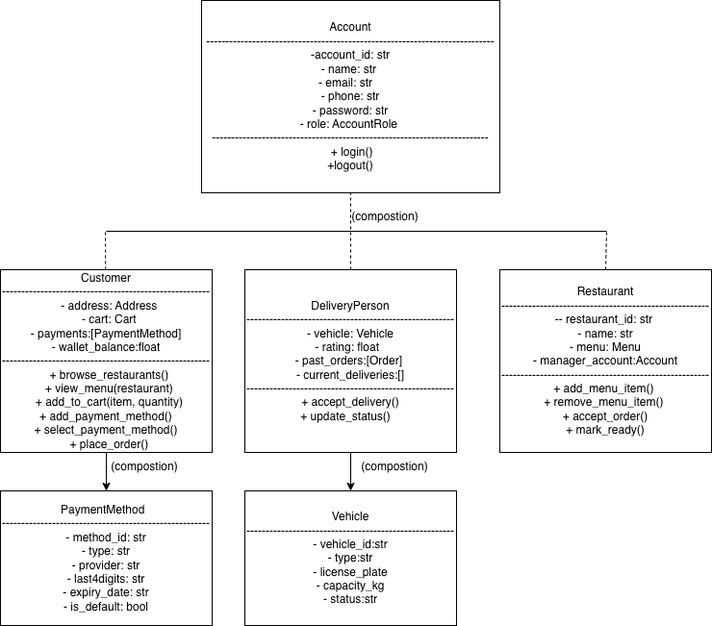
This is food未完成.drawio.png from universe411/Everyday-Update, a draw.io export, as it was before one commit. Source tidied: cells renumbered, new cells last; positions are measured from the earlier drawing's top-left corner, leaving out a move shared by most shapes.
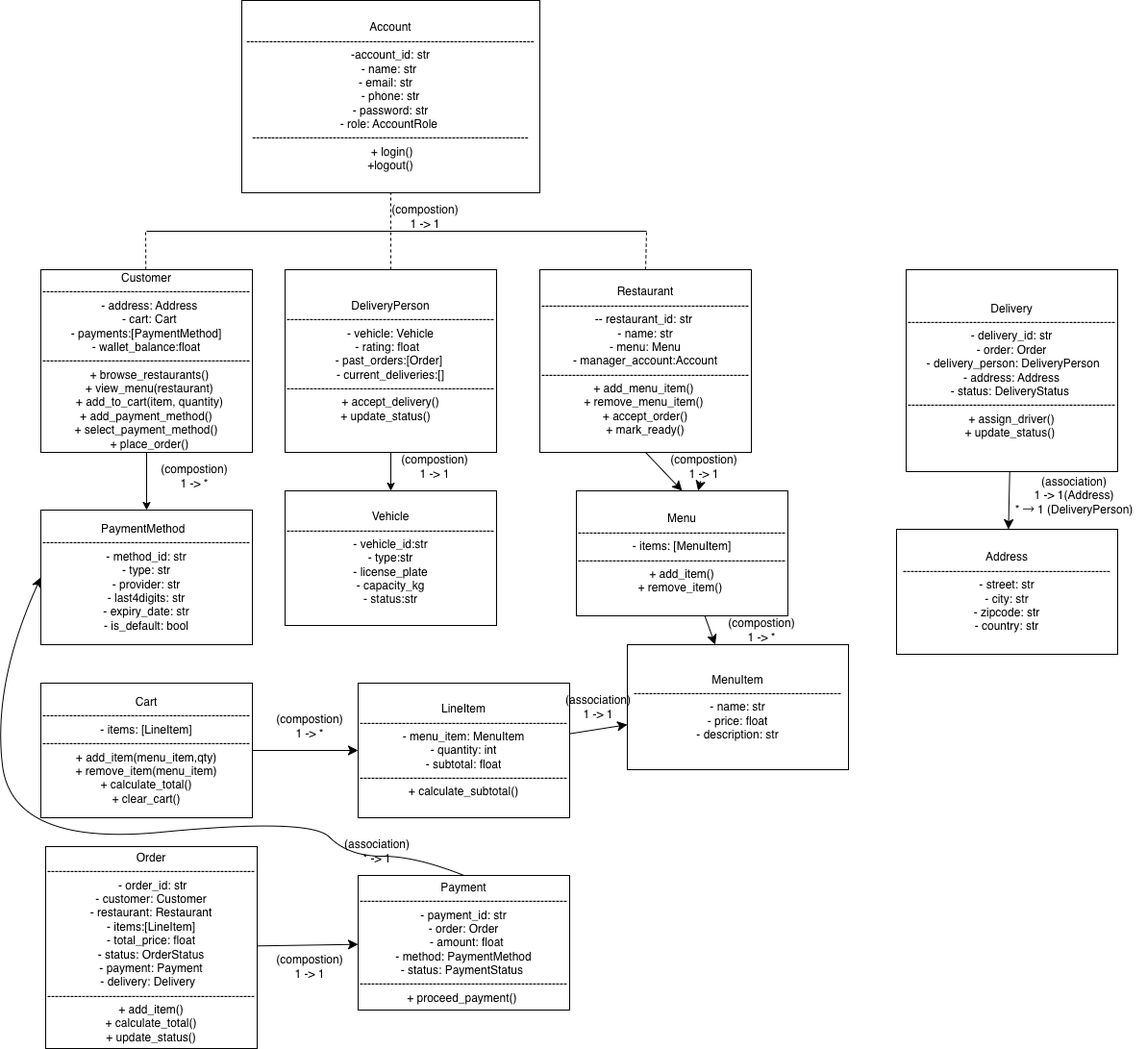
After the change.

Diff of the diagram source:
```diff
@@ -17,6 +17,9 @@
     <mxCell id="6" value="&lt;div&gt;DeliveryPerson&lt;/div&gt;&lt;div&gt;------------------------------------------------------- vehicle: Vehicle&lt;/div&gt;&lt;div&gt;- rating: float&amp;nbsp;&amp;nbsp;&lt;/div&gt;&lt;div&gt;- past_orders:[Order]&amp;nbsp;&lt;/div&gt;&lt;div&gt;- current_deliveries:[]&lt;br&gt;&lt;div&gt;&lt;span style=&quot;background-color: transparent; color: light-dark(rgb(0, 0, 0), rgb(255, 255, 255));&quot;&gt;------------------------------------------------------&lt;/span&gt;&lt;span style=&quot;background-color: transparent;&quot;&gt;+ accept_delivery()&lt;/span&gt;&lt;/div&gt;&lt;/div&gt;&lt;div&gt;&lt;span style=&quot;background-color: transparent;&quot;&gt;+ update_status()&amp;nbsp; &amp;nbsp;&lt;/span&gt;&lt;/div&gt;" style="rounded=0;whiteSpace=wrap;html=1;" parent="1" vertex="1">
       <mxGeometry x="254" y="280" width="220" height="190" as="geometry" />
     </mxCell>
+    <mxCell id="17" style="edgeStyle=none;curved=1;rounded=0;jettySize=auto;html=1;exitX=0.5;exitY=1;exitDx=0;exitDy=0;entryX=0.5;entryY=0;entryDx=0;entryDy=0;fontSize=12;startSize=8;endSize=8;" parent="1" edge="1" source="7" target="29">
+      <mxGeometry relative="1" as="geometry" />
+    </mxCell>
     <mxCell id="7" value="Restaurant&lt;br&gt;&lt;div&gt;------------------------------------------------------&lt;span style=&quot;background-color: transparent; color: light-dark(rgb(0, 0, 0), rgb(255, 255, 255));&quot;&gt;-&lt;/span&gt;- restaurant_id: str&amp;nbsp;&lt;/div&gt;&lt;div&gt;- name: str&lt;/div&gt;&lt;div&gt;- menu: Menu&lt;/div&gt;&lt;div&gt;- manager_account:Account&lt;br&gt;&lt;div&gt;&lt;span style=&quot;background-color: transparent; color: light-dark(rgb(0, 0, 0), rgb(255, 255, 255));&quot;&gt;------------------------------------------------------&lt;/span&gt;&lt;span style=&quot;background-color: transparent;&quot;&gt;+ add_menu_item()&amp;nbsp;&lt;/span&gt;&lt;/div&gt;&lt;/div&gt;&lt;div&gt;&lt;span style=&quot;background-color: transparent;&quot;&gt;+ remove_menu_item()&amp;nbsp;&lt;/span&gt;&lt;/div&gt;&lt;div&gt;&lt;span style=&quot;background-color: transparent;&quot;&gt;+ accept_order()&lt;/span&gt;&lt;/div&gt;&lt;div&gt;&lt;span style=&quot;background-color: transparent;&quot;&gt;+ mark_ready()&lt;/span&gt;&lt;/div&gt;" style="rounded=0;whiteSpace=wrap;html=1;" parent="1" vertex="1">
       <mxGeometry x="519" y="280" width="220" height="190" as="geometry" />
     </mxCell>
@@ -40,20 +43,94 @@
         <mxPoint x="630" y="240" as="targetPoint" />
       </mxGeometry>
     </mxCell>
-    <mxCell id="12" value="(compostion)" style="text;html=1;whiteSpace=wrap;strokeColor=none;fillColor=none;align=center;verticalAlign=middle;rounded=0;" parent="1" vertex="1">
+    <mxCell id="12" value="(compostion)&lt;div&gt;1 -&amp;gt; 1&lt;/div&gt;" style="text;html=1;whiteSpace=wrap;strokeColor=none;fillColor=none;align=center;verticalAlign=middle;rounded=0;" parent="1" vertex="1">
       <mxGeometry x="370" y="210" width="60" height="30" as="geometry" />
     </mxCell>
     <mxCell id="13" value="&lt;div&gt;PaymentMethod&amp;nbsp;&amp;nbsp;&lt;/div&gt;&lt;div&gt;------------------------------------------------------&lt;span style=&quot;background-color: transparent;&quot;&gt;- method_id: str&lt;/span&gt;&lt;/div&gt;&lt;div&gt;&lt;span style=&quot;background-color: transparent;&quot;&gt;&lt;div&gt;- type: str&lt;/div&gt;&lt;div&gt;- provider: str&lt;/div&gt;&lt;div&gt;- last4digits: str&lt;/div&gt;&lt;div&gt;&lt;span style=&quot;background-color: transparent; color: light-dark(rgb(0, 0, 0), rgb(255, 255, 255));&quot;&gt;- expiry_date: str&lt;/span&gt;&lt;/div&gt;&lt;div&gt;&lt;span style=&quot;background-color: transparent; color: light-dark(rgb(0, 0, 0), rgb(255, 255, 255));&quot;&gt;- is_default: bool&lt;/span&gt;&lt;/div&gt;&lt;/span&gt;&lt;/div&gt;" style="rounded=0;whiteSpace=wrap;html=1;" parent="1" vertex="1">
-      <mxGeometry y="510" width="220" height="140" as="geometry" />
+      <mxGeometry y="530" width="220" height="140" as="geometry" />
     </mxCell>
-    <mxCell id="14" value="(compostion)" style="text;html=1;whiteSpace=wrap;strokeColor=none;fillColor=none;align=center;verticalAlign=middle;rounded=0;" parent="1" vertex="1">
-      <mxGeometry x="120" y="470" width="60" height="30" as="geometry" />
+    <mxCell id="14" value="(compostion)&lt;div&gt;1 -&amp;gt; *&lt;/div&gt;" style="text;html=1;whiteSpace=wrap;strokeColor=none;fillColor=none;align=center;verticalAlign=middle;rounded=0;" parent="1" vertex="1">
+      <mxGeometry x="130" y="480" width="60" height="30" as="geometry" />
     </mxCell>
     <mxCell id="15" value="&lt;div&gt;Vehicle&lt;/div&gt;&lt;div&gt;------------------------------------------------------&lt;span style=&quot;background-color: transparent;&quot;&gt;- vehicle_id:str&lt;/span&gt;&lt;/div&gt;&lt;div&gt;- type:str&lt;/div&gt;&lt;div&gt;&lt;span style=&quot;background-color: transparent; color: light-dark(rgb(0, 0, 0), rgb(255, 255, 255));&quot;&gt;- license_plate&lt;/span&gt;&lt;/div&gt;&lt;div&gt;&lt;span style=&quot;background-color: transparent; color: light-dark(rgb(0, 0, 0), rgb(255, 255, 255));&quot;&gt;- capacity_kg&lt;/span&gt;&lt;/div&gt;&lt;div&gt;&lt;div&gt;&lt;span style=&quot;background-color: transparent;&quot;&gt;- status:str&lt;/span&gt;&lt;/div&gt;&lt;/div&gt;" style="rounded=0;whiteSpace=wrap;html=1;" parent="1" vertex="1">
       <mxGeometry x="254" y="510" width="220" height="140" as="geometry" />
     </mxCell>
-    <mxCell id="16" value="(compostion)" style="text;html=1;whiteSpace=wrap;strokeColor=none;fillColor=none;align=center;verticalAlign=middle;rounded=0;" parent="1" vertex="1">
+    <mxCell id="16" value="(compostion)&lt;div&gt;1 -&amp;gt; 1&lt;/div&gt;" style="text;html=1;whiteSpace=wrap;strokeColor=none;fillColor=none;align=center;verticalAlign=middle;rounded=0;" parent="1" vertex="1">
       <mxGeometry x="380" y="470" width="60" height="30" as="geometry" />
     </mxCell>
+    <mxCell id="18" style="edgeStyle=none;curved=1;rounded=0;jettySize=auto;html=1;fontSize=12;startSize=8;endSize=8;" parent="1" edge="1" source="19" target="21">
+      <mxGeometry relative="1" as="geometry" />
+    </mxCell>
+    <mxCell id="19" value="&lt;div&gt;Cart&lt;/div&gt;&lt;div&gt;------------------------------------------------------&lt;span style=&quot;background-color: transparent;&quot;&gt;- items: [LineItem]&lt;/span&gt;&lt;/div&gt;&lt;div&gt;&lt;span style=&quot;background-color: transparent;&quot;&gt;------------------------------------------------------&lt;/span&gt;&lt;span style=&quot;background-color: transparent; color: light-dark(rgb(0, 0, 0), rgb(255, 255, 255));&quot;&gt;+ add_item(menu_item,qty)&lt;/span&gt;&lt;/div&gt;&lt;div&gt;&lt;span style=&quot;background-color: transparent;&quot;&gt;&lt;div&gt;+ remove_item(menu_item)&lt;/div&gt;&lt;div&gt;&lt;span style=&quot;background-color: transparent; color: light-dark(rgb(0, 0, 0), rgb(255, 255, 255));&quot;&gt;+ calculate_total()&lt;/span&gt;&lt;/div&gt;&lt;div&gt;&lt;span style=&quot;background-color: transparent; color: light-dark(rgb(0, 0, 0), rgb(255, 255, 255));&quot;&gt;+ clear_cart()&lt;/span&gt;&lt;/div&gt;&lt;/span&gt;&lt;/div&gt;" style="rounded=0;whiteSpace=wrap;html=1;" parent="1" vertex="1">
+      <mxGeometry y="710" width="220" height="140" as="geometry" />
+    </mxCell>
+    <mxCell id="20" style="edgeStyle=none;curved=1;rounded=0;jettySize=auto;html=1;fontSize=12;startSize=8;endSize=8;" parent="1" edge="1" source="21" target="30">
+      <mxGeometry relative="1" as="geometry" />
+    </mxCell>
+    <mxCell id="21" value="&lt;div&gt;&lt;span style=&quot;background-color: transparent;&quot;&gt;LineItem&lt;/span&gt;&lt;/div&gt;&lt;div&gt;&lt;span style=&quot;background-color: transparent; color: light-dark(rgb(0, 0, 0), rgb(255, 255, 255));&quot;&gt;------------------------------------------------------&lt;/span&gt;&lt;span style=&quot;background-color: transparent;&quot;&gt;- menu_item: MenuItem&lt;/span&gt;&lt;/div&gt;&lt;div&gt;&lt;span style=&quot;background-color: transparent;&quot;&gt;&lt;div&gt;- quantity: int&lt;/div&gt;&lt;div&gt;- subtotal: float&lt;/div&gt;&lt;/span&gt;&lt;/div&gt;&lt;div&gt;&lt;span style=&quot;background-color: transparent; color: light-dark(rgb(0, 0, 0), rgb(255, 255, 255));&quot;&gt;------------------------------------------------------&lt;/span&gt;&lt;span style=&quot;background-color: transparent;&quot;&gt;+ calculate_subtotal()&lt;/span&gt;&lt;/div&gt;" style="rounded=0;whiteSpace=wrap;html=1;" parent="1" vertex="1">
+      <mxGeometry x="330" y="710" width="220" height="140" as="geometry" />
+    </mxCell>
+    <mxCell id="22" value="(compostion)&lt;div&gt;1 -&amp;gt; *&lt;/div&gt;" style="text;html=1;whiteSpace=wrap;strokeColor=none;fillColor=none;align=center;verticalAlign=middle;rounded=0;" parent="1" vertex="1">
+      <mxGeometry x="250" y="740" width="60" height="30" as="geometry" />
+    </mxCell>
+    <mxCell id="23" style="edgeStyle=none;curved=1;rounded=0;jettySize=auto;html=1;fontSize=12;startSize=8;endSize=8;" parent="1" edge="1" source="24" target="25">
+      <mxGeometry relative="1" as="geometry" />
+    </mxCell>
+    <mxCell id="24" value="&lt;div&gt;Order&lt;/div&gt;&lt;div&gt;------------------------------------------------------&lt;span style=&quot;background-color: transparent;&quot;&gt;&amp;nbsp;- order_id: str&lt;/span&gt;&lt;/div&gt;&lt;div&gt;- customer: Customer&lt;/div&gt;&lt;div&gt;&lt;span style=&quot;background-color: transparent; color: light-dark(rgb(0, 0, 0), rgb(255, 255, 255));&quot;&gt;- restaurant: Restaurant&lt;/span&gt;&lt;/div&gt;&lt;div&gt;&lt;span style=&quot;background-color: transparent; color: light-dark(rgb(0, 0, 0), rgb(255, 255, 255));&quot;&gt;- items:[LineItem]&lt;/span&gt;&lt;/div&gt;&lt;div&gt;&lt;span style=&quot;background-color: transparent; color: light-dark(rgb(0, 0, 0), rgb(255, 255, 255));&quot;&gt;- total_price: float&lt;/span&gt;&lt;/div&gt;&lt;div&gt;&lt;span style=&quot;background-color: transparent; color: light-dark(rgb(0, 0, 0), rgb(255, 255, 255));&quot;&gt;- status: OrderStatus&lt;/span&gt;&lt;/div&gt;&lt;div&gt;- payment: Payment&lt;/div&gt;&lt;div&gt;- delivery: Delivery&amp;nbsp;&amp;nbsp;&lt;/div&gt;&lt;div&gt;&lt;span style=&quot;background-color: transparent;&quot;&gt;------------------------------------------------------&lt;/span&gt;&lt;span style=&quot;background-color: transparent;&quot;&gt;+ add_item()&lt;/span&gt;&lt;/div&gt;&lt;div&gt;+ calculate_total()&lt;/div&gt;&lt;div&gt;&lt;span style=&quot;background-color: transparent; color: light-dark(rgb(0, 0, 0), rgb(255, 255, 255));&quot;&gt;+ update_status()&lt;/span&gt;&lt;/div&gt;" style="rounded=0;whiteSpace=wrap;html=1;" parent="1" vertex="1">
+      <mxGeometry x="5" y="880" width="220" height="210" as="geometry" />
+    </mxCell>
+    <mxCell id="25" value="&lt;div&gt;&lt;span style=&quot;background-color: transparent;&quot;&gt;Payment&lt;/span&gt;&lt;/div&gt;&lt;div&gt;&lt;span style=&quot;background-color: transparent; color: light-dark(rgb(0, 0, 0), rgb(255, 255, 255));&quot;&gt;------------------------------------------------------&lt;/span&gt;&lt;span style=&quot;background-color: transparent;&quot;&gt;- payment_id: str&lt;/span&gt;&lt;/div&gt;&lt;div&gt;- order: Order&lt;/div&gt;&lt;div&gt;&amp;nbsp; - amount: float&lt;/div&gt;&lt;div&gt;- method: PaymentMethod&lt;/div&gt;&lt;div&gt;- status: PaymentStatus&amp;nbsp;&lt;/div&gt;&lt;div&gt;&lt;span style=&quot;background-color: transparent; color: light-dark(rgb(0, 0, 0), rgb(255, 255, 255));&quot;&gt;------------------------------------------------------&lt;/span&gt;&lt;span style=&quot;background-color: transparent;&quot;&gt;+ proceed_payment()&amp;nbsp;&lt;/span&gt;&lt;/div&gt;" style="rounded=0;whiteSpace=wrap;html=1;" parent="1" vertex="1">
+      <mxGeometry x="330" y="910" width="220" height="140" as="geometry" />
+    </mxCell>
+    <mxCell id="26" style="edgeStyle=none;curved=1;rounded=0;jettySize=auto;html=1;fontSize=12;startSize=8;endSize=8;" parent="1" edge="1" source="27" target="31">
+      <mxGeometry relative="1" as="geometry" />
+    </mxCell>
+    <mxCell id="27" value="&lt;div&gt;Delivery&lt;/div&gt;&lt;div&gt;------------------------------------------------------&lt;span style=&quot;background-color: transparent;&quot;&gt;- delivery_id: str&lt;/span&gt;&lt;/div&gt;&lt;div&gt;- order: Order&lt;/div&gt;&lt;div&gt;&amp;nbsp;- delivery_person: DeliveryPerson&lt;/div&gt;&lt;div&gt;- address: Address&lt;/div&gt;&lt;div&gt;&lt;span style=&quot;background-color: transparent; color: light-dark(rgb(0, 0, 0), rgb(255, 255, 255));&quot;&gt;- status: DeliveryStatus&amp;nbsp;&lt;/span&gt;&lt;/div&gt;&lt;div&gt;&lt;span style=&quot;background-color: transparent;&quot;&gt;------------------------------------------------------&lt;/span&gt;&lt;span style=&quot;background-color: transparent;&quot;&gt;+ assign_driver()&lt;/span&gt;&lt;/div&gt;&lt;div&gt;&lt;span style=&quot;background-color: transparent; color: light-dark(rgb(0, 0, 0), rgb(255, 255, 255));&quot;&gt;+ update_status()&amp;nbsp;&lt;/span&gt;&lt;/div&gt;" style="rounded=0;whiteSpace=wrap;html=1;" parent="1" vertex="1">
+      <mxGeometry x="900" y="280" width="220" height="210" as="geometry" />
+    </mxCell>
+    <mxCell id="28" style="edgeStyle=none;curved=1;rounded=0;jettySize=auto;html=1;fontSize=12;startSize=8;endSize=8;" parent="1" edge="1" source="29" target="30">
+      <mxGeometry relative="1" as="geometry" />
+    </mxCell>
+    <mxCell id="29" value="&lt;div&gt;Menu&lt;/div&gt;&lt;div&gt;------------------------------------------------------&lt;span style=&quot;background-color: transparent;&quot;&gt;-&amp;nbsp;&lt;/span&gt;&lt;span style=&quot;background-color: transparent;&quot;&gt;items: [MenuItem]&lt;/span&gt;&lt;/div&gt;&lt;div&gt;&lt;span style=&quot;background-color: transparent;&quot;&gt;------------------------------------------------------&lt;/span&gt;&lt;/div&gt;&lt;div&gt;&lt;div&gt;+ add_item()&lt;/div&gt;&lt;div&gt;&lt;span style=&quot;background-color: transparent; color: light-dark(rgb(0, 0, 0), rgb(255, 255, 255));&quot;&gt;+ remove_item()&amp;nbsp;&lt;/span&gt;&lt;/div&gt;&lt;/div&gt;" style="rounded=0;whiteSpace=wrap;html=1;" parent="1" vertex="1">
+      <mxGeometry x="557" y="510" width="220" height="130" as="geometry" />
+    </mxCell>
+    <mxCell id="30" value="&lt;div&gt;MenuItem&lt;/div&gt;&lt;div&gt;------------------------------------------------------&lt;/div&gt;&lt;div&gt;&lt;span style=&quot;background-color: transparent; color: light-dark(rgb(0, 0, 0), rgb(255, 255, 255));&quot;&gt;- name: str&lt;/span&gt;&lt;/div&gt;&lt;div&gt;&lt;span style=&quot;background-color: transparent; color: light-dark(rgb(0, 0, 0), rgb(255, 255, 255));&quot;&gt;- price: float&lt;/span&gt;&lt;/div&gt;&lt;div&gt;&lt;span style=&quot;background-color: transparent; color: light-dark(rgb(0, 0, 0), rgb(255, 255, 255));&quot;&gt;- description: str&lt;/span&gt;&lt;/div&gt;" style="rounded=0;whiteSpace=wrap;html=1;" parent="1" vertex="1">
+      <mxGeometry x="610" y="670" width="230" height="130" as="geometry" />
+    </mxCell>
+    <mxCell id="31" value="&lt;div&gt;Address&lt;/div&gt;&lt;div&gt;------------------------------------------------------&lt;/div&gt;&lt;div&gt;&lt;span style=&quot;background-color: transparent; color: light-dark(rgb(0, 0, 0), rgb(255, 255, 255));&quot;&gt;- street: str&lt;/span&gt;&lt;/div&gt;&lt;div&gt;&lt;span style=&quot;background-color: transparent; color: light-dark(rgb(0, 0, 0), rgb(255, 255, 255));&quot;&gt;- city: str&lt;/span&gt;&lt;/div&gt;&lt;div&gt;&lt;span style=&quot;background-color: transparent; color: light-dark(rgb(0, 0, 0), rgb(255, 255, 255));&quot;&gt;- zipcode: str&lt;/span&gt;&lt;/div&gt;&lt;div&gt;&lt;span style=&quot;background-color: transparent; color: light-dark(rgb(0, 0, 0), rgb(255, 255, 255));&quot;&gt;- country: str&lt;/span&gt;&lt;/div&gt;" style="rounded=0;whiteSpace=wrap;html=1;" parent="1" vertex="1">
+      <mxGeometry x="890" y="550" width="230" height="130" as="geometry" />
+    </mxCell>
+    <mxCell id="32" style="edgeStyle=none;curved=1;rounded=0;jettySize=auto;html=1;fontSize=12;startSize=8;endSize=8;" parent="1" edge="1" source="33" target="29">
+      <mxGeometry relative="1" as="geometry" />
+    </mxCell>
+    <mxCell id="33" value="(compostion)&lt;div&gt;1 -&amp;gt; 1&lt;/div&gt;" style="text;html=1;whiteSpace=wrap;strokeColor=none;fillColor=none;align=center;verticalAlign=middle;rounded=0;" parent="1" vertex="1">
+      <mxGeometry x="660" y="470" width="60" height="30" as="geometry" />
+    </mxCell>
+    <mxCell id="34" value="(compostion)&lt;div&gt;1 -&amp;gt; *&lt;/div&gt;" style="text;html=1;whiteSpace=wrap;strokeColor=none;fillColor=none;align=center;verticalAlign=middle;rounded=0;" parent="1" vertex="1">
+      <mxGeometry x="720" y="640" width="60" height="30" as="geometry" />
+    </mxCell>
+    <mxCell id="35" value="(association)&lt;div&gt;1 -&amp;gt; 1&lt;/div&gt;" style="text;html=1;whiteSpace=wrap;strokeColor=none;fillColor=none;align=center;verticalAlign=middle;rounded=0;" parent="1" vertex="1">
+      <mxGeometry x="550" y="720" width="60" height="30" as="geometry" />
+    </mxCell>
+    <mxCell id="36" style="curved=1;endArrow=classic;html=1;rounded=0;fontSize=12;startSize=8;endSize=8;exitX=0.5;exitY=0;exitDx=0;exitDy=0;entryX=0;entryY=0.5;entryDx=0;entryDy=0;" parent="1" edge="1" source="25" target="13">
+      <mxGeometry relative="1" as="geometry">
+        <Array as="points">
+          <mxPoint x="390" y="890" />
+          <mxPoint x="320" y="890" />
+          <mxPoint x="280" y="850" />
+          <mxPoint x="-30" y="880" />
+          <mxPoint x="-50" y="710" />
+        </Array>
+      </mxGeometry>
+    </mxCell>
+    <mxCell id="37" value="(association)&lt;div&gt;* -&amp;gt; 1&lt;/div&gt;" style="text;html=1;whiteSpace=wrap;strokeColor=none;fillColor=none;align=center;verticalAlign=middle;rounded=0;" parent="1" vertex="1">
+      <mxGeometry x="320" y="870" width="60" height="30" as="geometry" />
+    </mxCell>
+    <mxCell id="38" value="(compostion)&lt;div&gt;1 -&amp;gt; 1&lt;/div&gt;" style="text;html=1;whiteSpace=wrap;strokeColor=none;fillColor=none;align=center;verticalAlign=middle;rounded=0;" parent="1" vertex="1">
+      <mxGeometry x="250" y="990" width="60" height="30" as="geometry" />
+    </mxCell>
+    <mxCell id="39" value="(association)&lt;div&gt;1 -&amp;gt; 1(Address)&lt;/div&gt;&lt;div&gt;* → 1 (DeliveryPerson)&lt;/div&gt;" style="text;html=1;whiteSpace=wrap;strokeColor=none;fillColor=none;align=center;verticalAlign=middle;rounded=0;" parent="1" vertex="1">
+      <mxGeometry x="1000" y="500" width="150" height="30" as="geometry" />
+    </mxCell>
   </root>
 </mxGraphModel>
```
